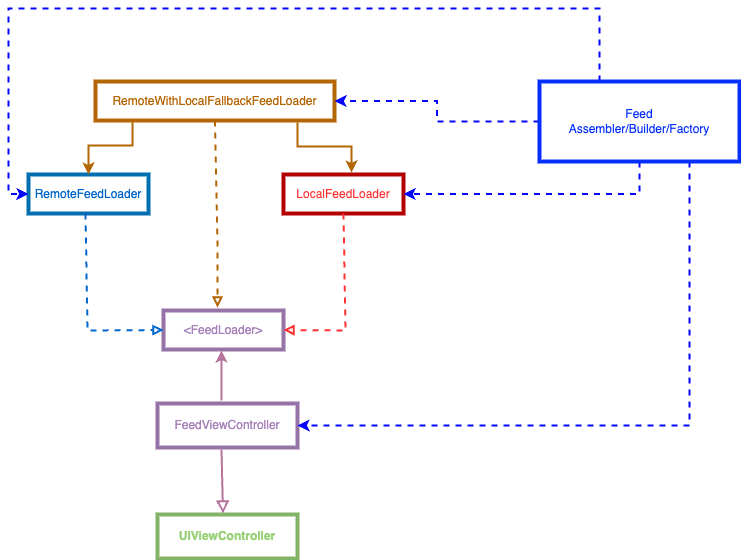
Before: iOS Lead Essentials/essential-feed-case-study/feed_architecture.png, a diagram exported from draw.io (gopal-iosdev/essential_developer). Source tidied: cells renumbered, new cells last; positions are measured from the earlier drawing's top-left corner, leaving out a move shared by most shapes. Its diagram source:
```xml
<mxGraphModel>
  <root>
    <mxCell id="0" />
    <mxCell id="1" parent="0" />
    <mxCell id="2" value="&lt;b&gt;&lt;font color=&quot;#97d077&quot;&gt;UIViewController&lt;/font&gt;&lt;/b&gt;" style="rounded=0;whiteSpace=wrap;html=1;strokeWidth=4;fillColor=none;strokeColor=#82b366;" parent="1" vertex="1">
      <mxGeometry x="149" y="506" width="140" height="44" as="geometry" />
    </mxCell>
    <mxCell id="3" value="&lt;font color=&quot;#a680b8&quot;&gt;FeedViewController&lt;/font&gt;" style="rounded=0;whiteSpace=wrap;html=1;fillColor=none;strokeColor=#9673a6;strokeWidth=4;" parent="1" vertex="1">
      <mxGeometry x="149" y="395" width="140" height="44" as="geometry" />
    </mxCell>
    <mxCell id="4" value="&lt;font color=&quot;#a680b8&quot;&gt;&amp;lt;FeedLoader&amp;gt;&lt;/font&gt;" style="rounded=0;whiteSpace=wrap;html=1;fillColor=none;strokeColor=#9673a6;strokeWidth=4;" parent="1" vertex="1">
      <mxGeometry x="155" y="302" width="120" height="39" as="geometry" />
    </mxCell>
    <mxCell id="5" style="endArrow=classic;html=1;rounded=0;entryX=0.417;entryY=1.103;entryDx=0;entryDy=0;entryPerimeter=0;strokeColor=#B5739D;strokeWidth=2;" parent="1" edge="1">
      <mxGeometry relative="1" as="geometry">
        <mxPoint x="213" y="392" as="sourcePoint" />
        <mxPoint x="213" y="342" as="targetPoint" />
      </mxGeometry>
    </mxCell>
    <mxCell id="6" value="&lt;font color=&quot;#0066cc&quot;&gt;RemoteFeedLoader&lt;/font&gt;" style="rounded=0;whiteSpace=wrap;html=1;fillColor=none;strokeColor=#006EAF;strokeWidth=4;fontColor=#ffffff;" parent="1" vertex="1">
      <mxGeometry x="20" y="166" width="120" height="39" as="geometry" />
    </mxCell>
    <mxCell id="7" value="&lt;font color=&quot;#ff3333&quot;&gt;LocalFeedLoader&lt;/font&gt;" style="rounded=0;whiteSpace=wrap;html=1;fillColor=none;strokeColor=#B20000;strokeWidth=4;fontColor=#ffffff;" parent="1" vertex="1">
      <mxGeometry x="275" y="166" width="120" height="39" as="geometry" />
    </mxCell>
    <mxCell id="8" style="html=1;labelBackgroundColor=#ffffff;startArrow=none;startFill=0;startSize=6;endArrow=block;endFill=0;endSize=6;jettySize=auto;strokeWidth=2;dashed=1;fontSize=14;rounded=0;exitX=0.5;exitY=1;exitDx=0;exitDy=0;entryX=1;entryY=0.5;entryDx=0;entryDy=0;strokeColor=#FF3333;" parent="1" edge="1" source="7" target="4">
      <mxGeometry relative="1" as="geometry">
        <Array as="points">
          <mxPoint x="337" y="322" />
        </Array>
      </mxGeometry>
    </mxCell>
    <mxCell id="9" style="html=1;labelBackgroundColor=#ffffff;startArrow=none;startFill=0;startSize=6;endArrow=block;endFill=0;endSize=6;jettySize=auto;strokeWidth=2;dashed=1;fontSize=14;rounded=0;exitX=0.5;exitY=1;exitDx=0;exitDy=0;entryX=0;entryY=0.5;entryDx=0;entryDy=0;strokeColor=#0066CC;" parent="1" edge="1" target="4">
      <mxGeometry relative="1" as="geometry">
        <mxPoint x="77" y="205" as="sourcePoint" />
        <Array as="points">
          <mxPoint x="79" y="322" />
        </Array>
      </mxGeometry>
    </mxCell>
    <mxCell id="10" style="endArrow=block;html=1;rounded=0;strokeColor=#B5739D;strokeWidth=2;endFill=0;exitX=0.457;exitY=1.068;exitDx=0;exitDy=0;exitPerimeter=0;endSize=8;startSize=6;" parent="1" edge="1">
      <mxGeometry relative="1" as="geometry">
        <mxPoint x="213" y="441" as="sourcePoint" />
        <mxPoint x="214.5" y="505" as="targetPoint" />
      </mxGeometry>
    </mxCell>
    <mxCell id="11" value="&lt;font color=&quot;#b46504&quot;&gt;RemoteWithLocalFallbackFeedLoader&lt;/font&gt;" style="rounded=0;whiteSpace=wrap;html=1;fillColor=none;strokeColor=#b46504;strokeWidth=4;" parent="1" vertex="1">
      <mxGeometry x="87" y="73" width="239" height="39" as="geometry" />
    </mxCell>
    <mxCell id="12" style="html=1;labelBackgroundColor=#ffffff;startArrow=none;startFill=0;startSize=6;endArrow=block;endFill=0;endSize=6;jettySize=auto;strokeWidth=2;dashed=1;fontSize=14;rounded=0;exitX=0.5;exitY=1;exitDx=0;exitDy=0;strokeColor=#B46504;" parent="1" edge="1" source="11">
      <mxGeometry relative="1" as="geometry">
        <mxPoint x="209" y="299" as="targetPoint" />
        <Array as="points">
          <mxPoint x="209" y="233" />
        </Array>
      </mxGeometry>
    </mxCell>
    <mxCell id="13" style="endArrow=classic;html=1;rounded=0;exitX=0.155;exitY=1.026;exitDx=0;exitDy=0;exitPerimeter=0;strokeWidth=2;strokeColor=#B46504;" parent="1" edge="1" source="11" target="6">
      <mxGeometry relative="1" as="geometry">
        <Array as="points">
          <mxPoint x="124" y="137" />
          <mxPoint x="80" y="137" />
        </Array>
      </mxGeometry>
    </mxCell>
    <mxCell id="14" style="endArrow=classic;html=1;rounded=0;exitX=0.155;exitY=1.026;exitDx=0;exitDy=0;exitPerimeter=0;strokeWidth=2;strokeColor=#B46504;entryX=0.567;entryY=-0.051;entryDx=0;entryDy=0;entryPerimeter=0;" parent="1" edge="1" target="7">
      <mxGeometry relative="1" as="geometry">
        <mxPoint x="289" y="114" as="sourcePoint" />
        <Array as="points">
          <mxPoint x="289" y="138" />
          <mxPoint x="343" y="138" />
        </Array>
      </mxGeometry>
    </mxCell>
    <mxCell id="15" style="edgeStyle=orthogonalEdgeStyle;rounded=0;jettySize=auto;html=1;entryX=0;entryY=0.5;entryDx=0;entryDy=0;strokeWidth=2;dashed=1;strokeColor=#0405ff;" parent="1" edge="1" source="19" target="6">
      <mxGeometry relative="1" as="geometry">
        <Array as="points">
          <mxPoint x="591" />
          <mxPoint />
          <mxPoint y="186" />
        </Array>
      </mxGeometry>
    </mxCell>
    <mxCell id="16" style="edgeStyle=orthogonalEdgeStyle;rounded=0;jettySize=auto;html=1;entryX=1;entryY=0.5;entryDx=0;entryDy=0;strokeWidth=2;dashed=1;strokeColor=#0405ff;" parent="1" edge="1" source="19" target="11">
      <mxGeometry relative="1" as="geometry" />
    </mxCell>
    <mxCell id="17" style="edgeStyle=orthogonalEdgeStyle;rounded=0;jettySize=auto;html=1;exitX=0.5;exitY=1;exitDx=0;exitDy=0;entryX=1;entryY=0.5;entryDx=0;entryDy=0;strokeWidth=2;dashed=1;strokeColor=#0405ff;" parent="1" edge="1" source="19" target="7">
      <mxGeometry relative="1" as="geometry" />
    </mxCell>
    <mxCell id="18" style="edgeStyle=orthogonalEdgeStyle;rounded=0;jettySize=auto;html=1;exitX=0.75;exitY=1;exitDx=0;exitDy=0;entryX=1;entryY=0.5;entryDx=0;entryDy=0;strokeWidth=2;dashed=1;strokeColor=#0405ff;" parent="1" edge="1" source="19" target="3">
      <mxGeometry relative="1" as="geometry" />
    </mxCell>
    <mxCell id="19" value="&lt;font color=&quot;#052fff&quot;&gt;Feed&lt;br&gt;Assembler/Builder/Factory&lt;br&gt;&lt;/font&gt;" style="rounded=0;whiteSpace=wrap;html=1;fillColor=none;strokeColor=#052fff;strokeWidth=4;fontColor=#ffffff;" parent="1" vertex="1">
      <mxGeometry x="531" y="73" width="200" height="80" as="geometry" />
    </mxCell>
  </root>
</mxGraphModel>
```
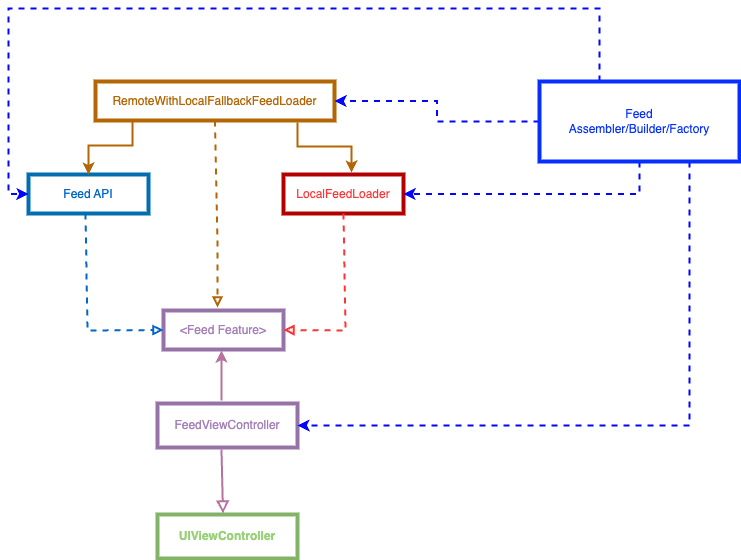
After the change.

Commit message:
Updated architecture diagram

What changed in the source:
```diff
@@ -8,7 +8,7 @@
     <mxCell id="3" value="&lt;font color=&quot;#a680b8&quot;&gt;FeedViewController&lt;/font&gt;" style="rounded=0;whiteSpace=wrap;html=1;fillColor=none;strokeColor=#9673a6;strokeWidth=4;" parent="1" vertex="1">
       <mxGeometry x="149" y="395" width="140" height="44" as="geometry" />
     </mxCell>
-    <mxCell id="4" value="&lt;font color=&quot;#a680b8&quot;&gt;&amp;lt;FeedLoader&amp;gt;&lt;/font&gt;" style="rounded=0;whiteSpace=wrap;html=1;fillColor=none;strokeColor=#9673a6;strokeWidth=4;" parent="1" vertex="1">
+    <mxCell id="4" value="&lt;font color=&quot;#a680b8&quot;&gt;&amp;lt;Feed Feature&amp;gt;&lt;/font&gt;" style="rounded=0;whiteSpace=wrap;html=1;fillColor=none;strokeColor=#9673a6;strokeWidth=4;" parent="1" vertex="1">
       <mxGeometry x="155" y="302" width="120" height="39" as="geometry" />
     </mxCell>
     <mxCell id="5" style="endArrow=classic;html=1;rounded=0;entryX=0.417;entryY=1.103;entryDx=0;entryDy=0;entryPerimeter=0;strokeColor=#B5739D;strokeWidth=2;" parent="1" edge="1">
@@ -17,7 +17,7 @@
         <mxPoint x="213" y="342" as="targetPoint" />
       </mxGeometry>
     </mxCell>
-    <mxCell id="6" value="&lt;font color=&quot;#0066cc&quot;&gt;RemoteFeedLoader&lt;/font&gt;" style="rounded=0;whiteSpace=wrap;html=1;fillColor=none;strokeColor=#006EAF;strokeWidth=4;fontColor=#ffffff;" parent="1" vertex="1">
+    <mxCell id="6" value="&lt;font color=&quot;#0066cc&quot;&gt;Feed API&lt;/font&gt;" style="rounded=0;whiteSpace=wrap;html=1;fillColor=none;strokeColor=#006EAF;strokeWidth=4;fontColor=#ffffff;" parent="1" vertex="1">
       <mxGeometry x="20" y="166" width="120" height="39" as="geometry" />
     </mxCell>
     <mxCell id="7" value="&lt;font color=&quot;#ff3333&quot;&gt;LocalFeedLoader&lt;/font&gt;" style="rounded=0;whiteSpace=wrap;html=1;fillColor=none;strokeColor=#B20000;strokeWidth=4;fontColor=#ffffff;" parent="1" vertex="1">
```
